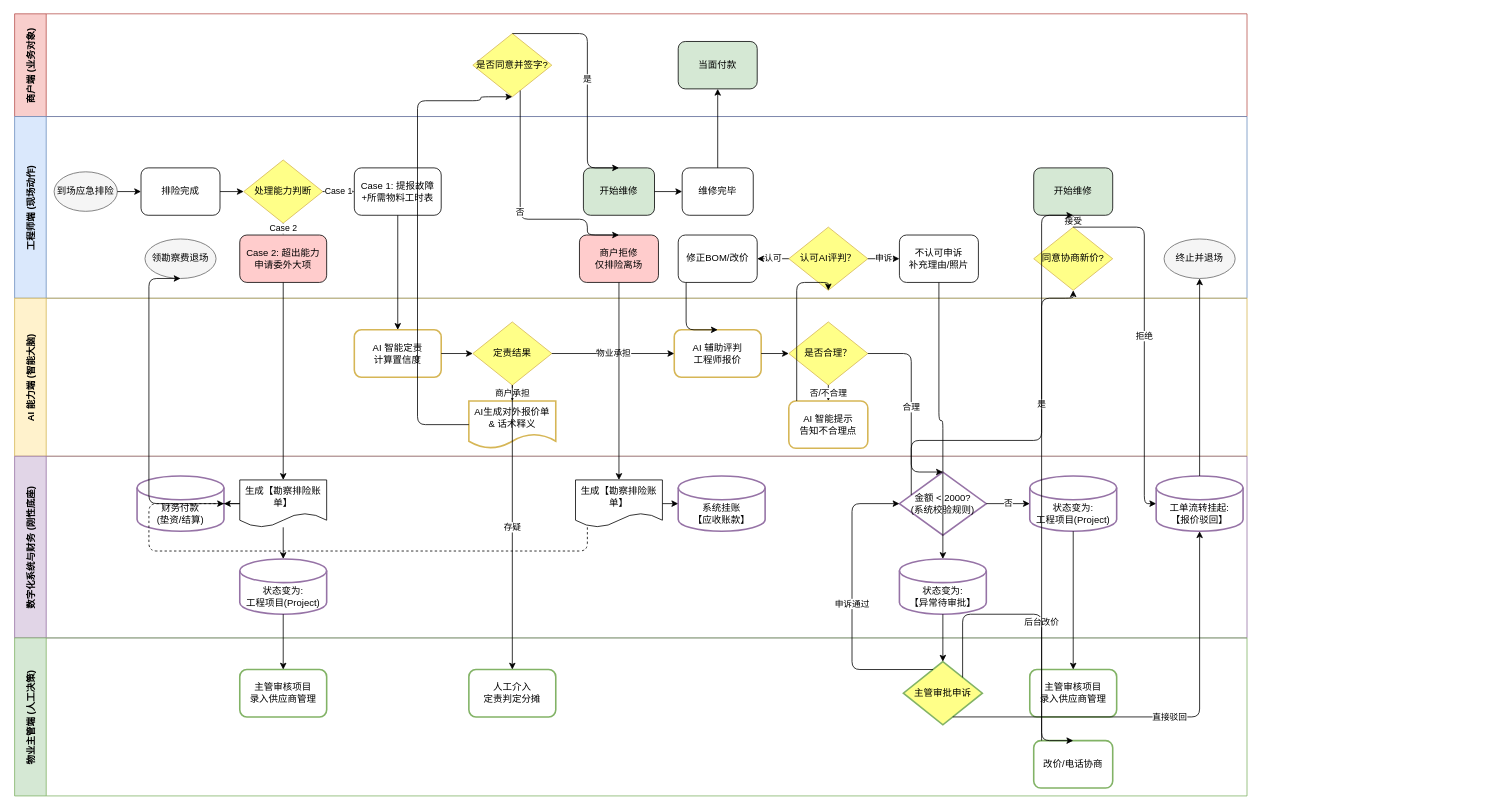
This is v3.drawio from raspberry5442/ticket-system-diagram-documentation, a draw.io file, before an edit. Source tidied: cells renumbered, new cells numbered last; positions are measured from the earlier drawing's top-left corner, leaving out a move shared by most shapes. Both pictures are drawn from the tidied source at 79%, with x=0, y=0 at pixel (14, 13).
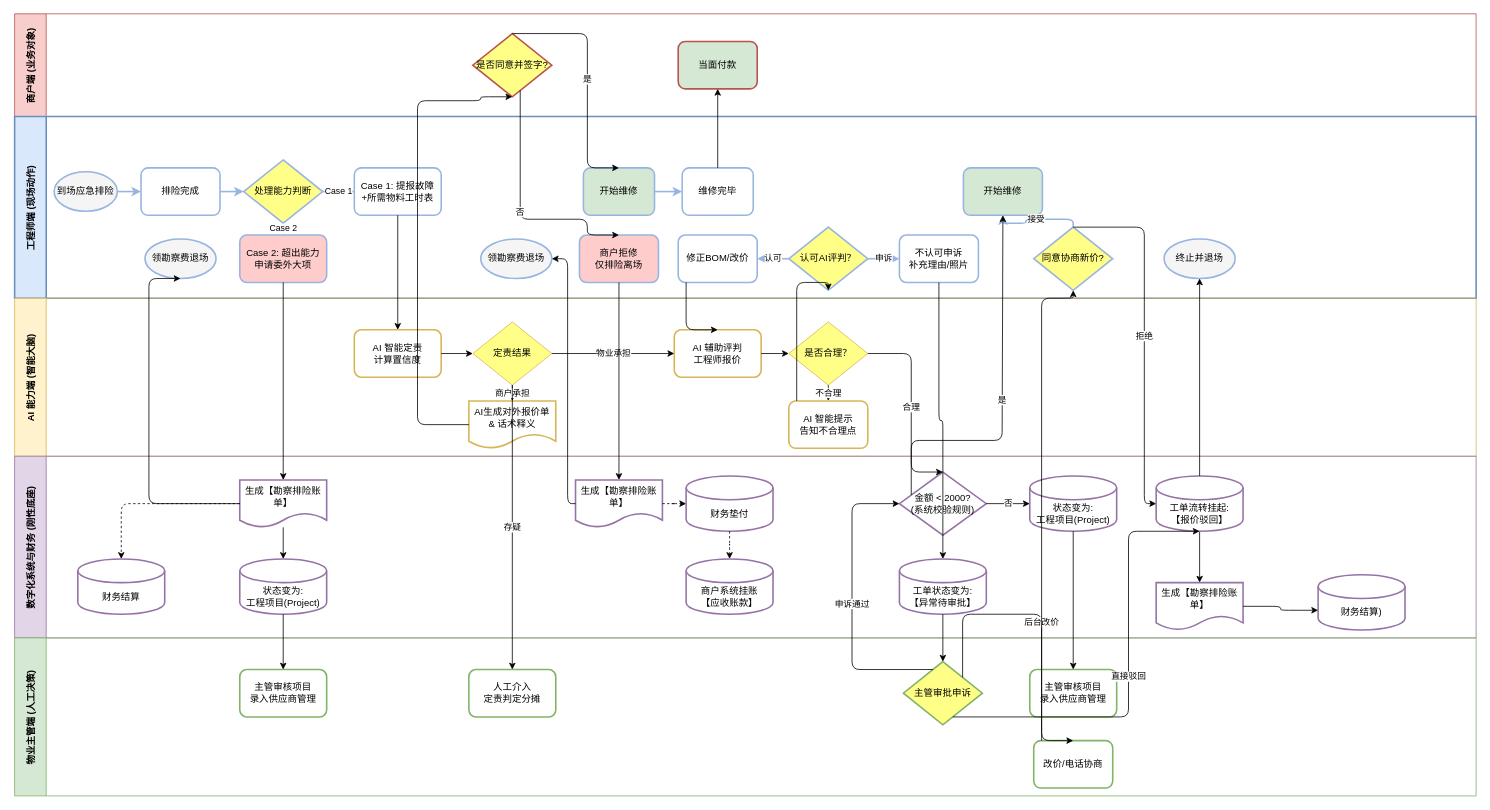
The same page after the edit.

The change refers to these unchanged cells:
```xml
<mxCell id="34" value="是否合理？" style="rhombus;whiteSpace=wrap;html=1;fillColor=#ffff88;strokeColor=#d6b656;" parent="29" vertex="1">
  <mxGeometry x="980" y="30" width="100" height="80" as="geometry" />
</mxCell>
<mxCell id="35" value="AI 智能提示&#10;告知不合理点" style="rounded=1;whiteSpace=wrap;html=1;fillColor=#ffffff;strokeColor=#d6b656;strokeWidth=2;" parent="29" vertex="1">
  <mxGeometry x="980" y="130" width="100" height="60" as="geometry" />
</mxCell>
<mxCell id="47" value="金额 &lt; 2000?&#10;(系统校验规则)" style="rhombus;whiteSpace=wrap;html=1;fillColor=#ffffff;strokeColor=#9673a6;strokeWidth=2;" parent="41" vertex="1">
  <mxGeometry x="1120" y="20" width="110" height="80" as="geometry" />
</mxCell>
<mxCell id="50" value="工单流转挂起:&#10;【报价驳回】" style="shape=cylinder3;whiteSpace=wrap;html=1;boundedLbl=1;backgroundOutline=1;size=15;fillColor=#ffffff;strokeColor=#9673a6;strokeWidth=2;" parent="41" vertex="1">
  <mxGeometry x="1445" y="25" width="110" height="70" as="geometry" />
</mxCell>
<mxCell id="59" value="主管审批申诉" style="rhombus;whiteSpace=wrap;html=1;fillColor=#ffff88;strokeColor=#82b366;strokeWidth=2;" parent="56" vertex="1">
  <mxGeometry x="1125" y="30" width="100" height="80" as="geometry" />
</mxCell>
```

What changed in the source:
```diff
@@
     <mxCell id="2" value="商户端 (业务对象)" style="swimlane;horizontal=0;startSize=40;fillColor=#f8cecc;strokeColor=#b85450;fontStyle=1;" parent="1" vertex="1">
-      <mxGeometry width="1560" height="130" as="geometry" />
+      <mxGeometry width="1850" height="130" as="geometry" />
     </mxCell>
-    <mxCell id="3" value="是否同意并签字?" style="rhombus;whiteSpace=wrap;html=1;fillColor=#ffff88;strokeColor=#d6b656;" parent="2" vertex="1">
+    <mxCell id="3" value="是否同意并签字?" style="rhombus;whiteSpace=wrap;html=1;fillColor=#ffff88;strokeColor=light-dark(#b85450, #6d5100);strokeWidth=2;" parent="2" vertex="1">
       <mxGeometry x="580" y="25" width="100" height="80" as="geometry" />
     </mxCell>
-    <mxCell id="4" value="当面付款" style="rounded=1;whiteSpace=wrap;html=1;fillColor=#d5e8d4;" parent="2" vertex="1">
+    <mxCell id="4" value="当面付款" style="rounded=1;whiteSpace=wrap;html=1;fillColor=#d5e8d4;strokeWidth=2;strokeColor=light-dark(#b85450, #6d5100);" parent="2" vertex="1">
       <mxGeometry x="840" y="35" width="100" height="60" as="geometry" />
     </mxCell>
-    <mxCell id="5" value="工程师端 (现场动作)" style="swimlane;horizontal=0;startSize=40;fillColor=#dae8fc;strokeColor=#6c8ebf;fontStyle=1;" parent="1" vertex="1">
-      <mxGeometry y="130" width="1560" height="230" as="geometry" />
+    <mxCell id="5" value="工程师端 (现场动作)" style="swimlane;horizontal=0;startSize=40;fillColor=#dae8fc;strokeColor=#6c8ebf;fontStyle=1;swimlaneFillColor=none;strokeWidth=2;" parent="1" vertex="1">
+      <mxGeometry y="130" width="1850" height="230" as="geometry" />
     </mxCell>
-    <mxCell id="6" value="到场应急排险" style="ellipse;whiteSpace=wrap;html=1;fillColor=#f5f5f5;strokeColor=#666666;" parent="5" vertex="1">
+    <mxCell id="6" value="到场应急排险" style="ellipse;whiteSpace=wrap;html=1;fillColor=#f5f5f5;strokeColor=light-dark(#98b4e1, #ededed);strokeWidth=2;" parent="5" vertex="1">
       <mxGeometry x="50" y="70" width="80" height="50" as="geometry" />
     </mxCell>
-    <mxCell id="7" value="排险完成" style="rounded=1;whiteSpace=wrap;html=1;fillColor=#ffffff;" parent="5" vertex="1">
+    <mxCell id="7" value="排险完成" style="rounded=1;whiteSpace=wrap;html=1;fillColor=#ffffff;strokeWidth=2;strokeColor=light-dark(#98b4e1, #ededed);" parent="5" vertex="1">
       <mxGeometry x="160" y="65" width="100" height="60" as="geometry" />
     </mxCell>
-    <mxCell id="8" value="处理能力判断" style="rhombus;whiteSpace=wrap;html=1;fillColor=#ffff88;strokeColor=#d6b656;" parent="5" vertex="1">
+    <mxCell id="8" value="处理能力判断" style="rhombus;whiteSpace=wrap;html=1;fillColor=#ffff88;strokeColor=light-dark(#98b4e1, #ededed);strokeWidth=2;" parent="5" vertex="1">
       <mxGeometry x="290" y="55" width="100" height="80" as="geometry" />
     </mxCell>
-    <mxCell id="9" value="Case 1: 提报故障&#10;+所需物料工时表" style="rounded=1;whiteSpace=wrap;html=1;" parent="5" vertex="1">
+    <mxCell id="9" value="Case 1: 提报故障&#10;+所需物料工时表" style="rounded=1;whiteSpace=wrap;html=1;strokeWidth=2;strokeColor=light-dark(#98b4e1, #ededed);" parent="5" vertex="1">
       <mxGeometry x="430" y="65" width="110" height="60" as="geometry" />
     </mxCell>
-    <mxCell id="10" value="Case 2: 超出能力&#10;申请委外大项" style="rounded=1;whiteSpace=wrap;html=1;fillColor=#ffcccc;" parent="5" vertex="1">
+    <mxCell id="10" value="Case 2: 超出能力&#10;申请委外大项" style="rounded=1;whiteSpace=wrap;html=1;fillColor=#ffcccc;strokeWidth=2;strokeColor=light-dark(#98b4e1, #ededed);" parent="5" vertex="1">
       <mxGeometry x="285" y="150" width="110" height="60" as="geometry" />
     </mxCell>
-    <mxCell id="11" value="领勘察费退场" style="ellipse;whiteSpace=wrap;html=1;fillColor=#f5f5f5;strokeColor=#666666;" parent="5" vertex="1">
+    <mxCell id="11" value="领勘察费退场" style="ellipse;whiteSpace=wrap;html=1;fillColor=#f5f5f5;strokeColor=light-dark(#98b4e1, #ededed);strokeWidth=2;" parent="5" vertex="1">
       <mxGeometry x="165" y="155" width="90" height="50" as="geometry" />
     </mxCell>
-    <mxCell id="12" value="开始维修" style="rounded=1;whiteSpace=wrap;html=1;fillColor=#d5e8d4;" parent="5" vertex="1">
+    <mxCell id="12" value="开始维修" style="rounded=1;whiteSpace=wrap;html=1;fillColor=#d5e8d4;strokeWidth=2;strokeColor=light-dark(#98b4e1, #ededed);" parent="5" vertex="1">
       <mxGeometry x="720" y="65" width="90" height="60" as="geometry" />
     </mxCell>
-    <mxCell id="13" value="维修完毕" style="rounded=1;whiteSpace=wrap;html=1;" parent="5" vertex="1">
+    <mxCell id="13" value="维修完毕" style="rounded=1;whiteSpace=wrap;html=1;strokeWidth=2;strokeColor=light-dark(#98b4e1, #ededed);" parent="5" vertex="1">
       <mxGeometry x="845" y="65" width="90" height="60" as="geometry" />
     </mxCell>
-    <mxCell id="14" value="商户拒修&#10;仅排险离场" style="rounded=1;whiteSpace=wrap;html=1;fillColor=#ffcccc;" parent="5" vertex="1">
+    <mxCell id="14" value="商户拒修&#10;仅排险离场" style="rounded=1;whiteSpace=wrap;html=1;fillColor=#ffcccc;strokeWidth=2;strokeColor=light-dark(#98b4e1, #ededed);" parent="5" vertex="1">
       <mxGeometry x="715" y="150" width="100" height="60" as="geometry" />
     </mxCell>
-    <mxCell id="15" value="修正BOM/改价" style="rounded=1;whiteSpace=wrap;html=1;" parent="5" vertex="1">
+    <mxCell id="15" value="修正BOM/改价" style="rounded=1;whiteSpace=wrap;html=1;strokeWidth=2;strokeColor=light-dark(#98b4e1, #ededed);" parent="5" vertex="1">
       <mxGeometry x="840" y="150" width="100" height="60" as="geometry" />
     </mxCell>
-    <mxCell id="16" value="认可AI评判？" style="rhombus;whiteSpace=wrap;html=1;fillColor=#ffff88;strokeColor=#d6b656;" parent="5" vertex="1">
+    <mxCell id="16" value="认可AI评判？" style="rhombus;whiteSpace=wrap;html=1;fillColor=#ffff88;strokeColor=light-dark(#98b4e1, #ededed);strokeWidth=2;" parent="5" vertex="1">
       <mxGeometry x="980" y="140" width="100" height="80" as="geometry" />
     </mxCell>
-    <mxCell id="17" value="不认可申诉&#10;补充理由/照片" style="rounded=1;whiteSpace=wrap;html=1;" parent="5" vertex="1">
+    <mxCell id="17" value="不认可申诉&#10;补充理由/照片" style="rounded=1;whiteSpace=wrap;html=1;strokeWidth=2;strokeColor=light-dark(#98b4e1, #ededed);" parent="5" vertex="1">
       <mxGeometry x="1120" y="150" width="100" height="60" as="geometry" />
     </mxCell>
-    <mxCell id="18" value="开始维修" style="rounded=1;whiteSpace=wrap;html=1;fillColor=#d5e8d4;" parent="5" vertex="1">
-      <mxGeometry x="1290" y="65" width="100" height="60" as="geometry" />
+    <mxCell id="18" value="开始维修" style="rounded=1;whiteSpace=wrap;html=1;fillColor=#d5e8d4;strokeWidth=2;strokeColor=light-dark(#98b4e1, #ededed);" parent="5" vertex="1">
+      <mxGeometry x="1201" y="65" width="100" height="60" as="geometry" />
     </mxCell>
-    <mxCell id="19" value="同意协商新价?" style="rhombus;whiteSpace=wrap;html=1;fillColor=#ffff88;strokeColor=#d6b656;" parent="5" vertex="1">
+    <mxCell id="19" value="同意协商新价?" style="rhombus;whiteSpace=wrap;html=1;fillColor=#ffff88;strokeColor=light-dark(#98b4e1, #ededed);strokeWidth=2;" parent="5" vertex="1">
       <mxGeometry x="1290" y="140" width="100" height="80" as="geometry" />
     </mxCell>
-    <mxCell id="20" value="终止并退场" style="ellipse;whiteSpace=wrap;html=1;fillColor=#f5f5f5;strokeColor=#666666;" parent="5" vertex="1">
+    <mxCell id="20" value="终止并退场" style="ellipse;whiteSpace=wrap;html=1;fillColor=#f5f5f5;strokeColor=light-dark(#98b4e1, #ededed);strokeWidth=2;" parent="5" vertex="1">
       <mxGeometry x="1455" y="155" width="90" height="50" as="geometry" />
     </mxCell>
-    <mxCell id="21" style="edgeStyle=orthogonalEdgeStyle;rounded=1;html=1;entryX=0;entryY=0.5;" parent="5" edge="1" source="6" target="7">
+    <mxCell id="21" style="edgeStyle=orthogonalEdgeStyle;rounded=1;html=1;entryX=0;entryY=0.5;strokeWidth=2;strokeColor=light-dark(#98b4e1, #ededed);" parent="5" edge="1" source="6" target="7">
       <mxGeometry relative="1" as="geometry" />
     </mxCell>
-    <mxCell id="22" style="edgeStyle=orthogonalEdgeStyle;rounded=1;html=1;" parent="5" edge="1" source="7" target="8">
+    <mxCell id="22" style="edgeStyle=orthogonalEdgeStyle;rounded=1;html=1;strokeWidth=2;strokeColor=light-dark(#98b4e1, #ededed);" parent="5" edge="1" source="7" target="8">
       <mxGeometry relative="1" as="geometry" />
     </mxCell>
-    <mxCell id="23" value="Case 2" style="edgeStyle=orthogonalEdgeStyle;rounded=1;html=1;entryX=0.5;entryY=0;" parent="5" edge="1" source="8" target="10">
+    <mxCell id="23" value="Case 2" style="edgeStyle=orthogonalEdgeStyle;rounded=1;html=1;entryX=0.5;entryY=0;strokeWidth=2;strokeColor=light-dark(#98b4e1, #ededed);" parent="5" edge="1" source="8" target="10">
       <mxGeometry relative="1" as="geometry" />
     </mxCell>
-    <mxCell id="24" value="Case 1" style="edgeStyle=orthogonalEdgeStyle;rounded=1;html=1;entryX=0;entryY=0.5;" parent="5" edge="1" source="8" target="9">
+    <mxCell id="24" value="Case 1" style="edgeStyle=orthogonalEdgeStyle;rounded=1;html=1;entryX=0;entryY=0.5;strokeWidth=2;strokeColor=light-dark(#98b4e1, #ededed);" parent="5" edge="1" source="8" target="9">
       <mxGeometry relative="1" as="geometry" />
     </mxCell>
-    <mxCell id="25" style="edgeStyle=orthogonalEdgeStyle;rounded=1;html=1;entryX=0;entryY=0.5;" parent="5" edge="1" source="12" target="13">
+    <mxCell id="25" style="edgeStyle=orthogonalEdgeStyle;rounded=1;html=1;entryX=0;entryY=0.5;strokeWidth=2;strokeColor=light-dark(#98b4e1, #ededed);" parent="5" edge="1" source="12" target="13">
       <mxGeometry relative="1" as="geometry" />
     </mxCell>
-    <mxCell id="26" value="认可" style="edgeStyle=orthogonalEdgeStyle;rounded=1;html=1;entryX=1;entryY=0.5;" parent="5" edge="1" source="16" target="15">
+    <mxCell id="26" value="认可" style="edgeStyle=orthogonalEdgeStyle;rounded=1;html=1;entryX=1;entryY=0.5;strokeWidth=2;strokeColor=light-dark(#98b4e1, #ededed);" parent="5" edge="1" source="16" target="15">
       <mxGeometry relative="1" as="geometry" />
     </mxCell>
-    <mxCell id="27" value="申诉" style="edgeStyle=orthogonalEdgeStyle;rounded=1;html=1;entryX=0;entryY=0.5;" parent="5" edge="1" source="16" target="17">
+    <mxCell id="27" value="申诉" style="edgeStyle=orthogonalEdgeStyle;rounded=1;html=1;entryX=0;entryY=0.5;strokeWidth=2;strokeColor=light-dark(#98b4e1, #ededed);" parent="5" edge="1" source="16" target="17">
       <mxGeometry relative="1" as="geometry" />
     </mxCell>
-    <mxCell id="28" value="接受" style="edgeStyle=orthogonalEdgeStyle;rounded=1;html=1;entryX=0.5;entryY=1;" parent="5" edge="1" source="19" target="18">
+    <mxCell id="28" value="接受" style="edgeStyle=orthogonalEdgeStyle;rounded=1;html=1;entryX=0.5;entryY=1;strokeWidth=2;strokeColor=light-dark(#98b4e1, #ededed);" parent="5" edge="1" source="19" target="18">
       <mxGeometry relative="1" as="geometry" />
     </mxCell>
+    <mxCell id="85" value="领勘察费退场" style="ellipse;whiteSpace=wrap;html=1;fillColor=#f5f5f5;strokeColor=light-dark(#98b4e1, #ededed);strokeWidth=2;" parent="5" vertex="1">
+      <mxGeometry x="590" y="155" width="90" height="50" as="geometry" />
+    </mxCell>
     <mxCell id="29" value="AI 能力端 (智能大脑)" style="swimlane;horizontal=0;startSize=40;fillColor=#fff2cc;strokeColor=#d6b656;fontStyle=1;" parent="1" vertex="1">
-      <mxGeometry y="360" width="1560" height="200" as="geometry" />
+      <mxGeometry y="360" width="1850" height="200" as="geometry" />
     </mxCell>
@@
-    <mxCell id="40" value="否/不合理" style="edgeStyle=orthogonalEdgeStyle;rounded=1;html=1;entryX=0.5;entryY=0;" parent="29" edge="1" source="34" target="35">
+    <mxCell id="40" value="&lt;div&gt;&lt;span style=&quot;background-color: light-dark(#ffffff, var(--ge-dark-color, #121212)); color: light-dark(rgb(0, 0, 0), rgb(255, 255, 255));&quot;&gt;不合理&lt;/span&gt;&lt;/div&gt;" style="edgeStyle=orthogonalEdgeStyle;rounded=1;html=1;entryX=0.5;entryY=0;" parent="29" edge="1" source="34" target="35">
       <mxGeometry relative="1" as="geometry" />
     </mxCell>
     <mxCell id="41" value="数字化系统与财务 (刚性底座)" style="swimlane;horizontal=0;startSize=40;fillColor=#e1d5e7;strokeColor=#9673a6;fontStyle=1;" parent="1" vertex="1">
-      <mxGeometry y="560" width="1560" height="230" as="geometry" />
+      <mxGeometry y="560" width="1850" height="230" as="geometry" />
     </mxCell>
-    <mxCell id="42" value="生成【勘察排险账单】" style="shape=document;whiteSpace=wrap;html=1;boundedLbl=1;" parent="41" vertex="1">
+    <mxCell id="42" value="生成【勘察排险账单】" style="shape=document;whiteSpace=wrap;html=1;boundedLbl=1;strokeWidth=2;strokeColor=#9673A6;" parent="41" vertex="1">
       <mxGeometry x="285" y="30" width="110" height="60" as="geometry" />
     </mxCell>
-    <mxCell id="43" value="财务付款&#10;(垫资/结算)" style="shape=cylinder3;whiteSpace=wrap;html=1;boundedLbl=1;backgroundOutline=1;size=15;fillColor=#ffffff;strokeColor=#9673a6;strokeWidth=2;" parent="41" vertex="1">
-      <mxGeometry x="155" y="25" width="110" height="70" as="geometry" />
+    <mxCell id="43" value="财务结算" style="shape=cylinder3;whiteSpace=wrap;html=1;boundedLbl=1;backgroundOutline=1;size=15;fillColor=#ffffff;strokeColor=#9673a6;strokeWidth=2;" parent="41" vertex="1">
+      <mxGeometry x="80" y="130" width="110" height="70" as="geometry" />
     </mxCell>
@@
-    <mxCell id="45" value="生成【勘察排险账单】" style="shape=document;whiteSpace=wrap;html=1;boundedLbl=1;" parent="41" vertex="1">
+    <mxCell id="45" value="生成【勘察排险账单】" style="shape=document;whiteSpace=wrap;html=1;boundedLbl=1;strokeWidth=2;strokeColor=#9673A6;" parent="41" vertex="1">
       <mxGeometry x="710" y="30" width="110" height="60" as="geometry" />
     </mxCell>
-    <mxCell id="46" value="系统挂账&#10;【应收账款】" style="shape=cylinder3;whiteSpace=wrap;html=1;boundedLbl=1;backgroundOutline=1;size=15;fillColor=#ffffff;strokeColor=#9673a6;strokeWidth=2;" parent="41" vertex="1">
-      <mxGeometry x="840" y="25" width="110" height="70" as="geometry" />
+    <mxCell id="46" value="商户系统挂账&lt;br&gt;【应收账款】" style="shape=cylinder3;whiteSpace=wrap;html=1;boundedLbl=1;backgroundOutline=1;size=15;fillColor=#ffffff;strokeColor=#9673a6;strokeWidth=2;" parent="41" vertex="1">
+      <mxGeometry x="850" y="130" width="110" height="70" as="geometry" />
     </mxCell>
@@
-    <mxCell id="49" value="状态变为:&#10;【异常待审批】" style="shape=cylinder3;whiteSpace=wrap;html=1;boundedLbl=1;backgroundOutline=1;size=15;fillColor=#ffffff;strokeColor=#9673a6;strokeWidth=2;" parent="41" vertex="1">
+    <mxCell id="49" value="工单状态变为:&lt;br&gt;【异常待审批】" style="shape=cylinder3;whiteSpace=wrap;html=1;boundedLbl=1;backgroundOutline=1;size=15;fillColor=#ffffff;strokeColor=#9673a6;strokeWidth=2;" parent="41" vertex="1">
       <mxGeometry x="1120" y="130" width="110" height="70" as="geometry" />
     </mxCell>
+    <mxCell id="86" style="edgeStyle=orthogonalEdgeStyle;rounded=1;jettySize=auto;html=1;entryX=0.5;entryY=0;entryDx=0;entryDy=0;curved=0;" parent="41" edge="1" source="50" target="87">
+      <mxGeometry relative="1" as="geometry" />
+    </mxCell>
@@
-    <mxCell id="51" style="edgeStyle=orthogonalEdgeStyle;rounded=1;html=1;" parent="41" edge="1" source="42" target="43">
+    <mxCell id="51" style="edgeStyle=orthogonalEdgeStyle;rounded=1;html=1;dashed=1;" parent="41" edge="1" source="42" target="43">
       <mxGeometry relative="1" as="geometry" />
     </mxCell>
@@
-    <mxCell id="53" style="edgeStyle=orthogonalEdgeStyle;rounded=1;html=1;entryX=0;entryY=0.5;" parent="41" edge="1" source="45" target="46">
-      <mxGeometry relative="1" as="geometry" />
-    </mxCell>
-    <mxCell id="54" style="edgeStyle=orthogonalEdgeStyle;rounded=1;html=1;entryX=1;entryY=0.5;dashed=1;" parent="41" edge="1" source="45" target="43">
-      <mxGeometry relative="1" as="geometry">
-        <Array as="points">
-          <mxPoint x="725" y="120" />
-          <mxPoint x="170" y="120" />
-        </Array>
-      </mxGeometry>
-    </mxCell>
@@
+    <mxCell id="87" value="生成【勘察排险账单】" style="shape=document;whiteSpace=wrap;html=1;boundedLbl=1;strokeColor=#9673A6;strokeWidth=2;" parent="41" vertex="1">
+      <mxGeometry x="1445" y="160" width="110" height="60" as="geometry" />
+    </mxCell>
+    <mxCell id="88" value="财务结算)" style="shape=cylinder3;whiteSpace=wrap;html=1;boundedLbl=1;backgroundOutline=1;size=15;fillColor=#ffffff;strokeColor=#9673a6;strokeWidth=2;" parent="41" vertex="1">
+      <mxGeometry x="1650" y="150" width="110" height="70" as="geometry" />
+    </mxCell>
+    <mxCell id="89" style="edgeStyle=orthogonalEdgeStyle;rounded=1;jettySize=auto;html=1;entryX=0;entryY=0;entryDx=0;entryDy=45;entryPerimeter=0;curved=0;" parent="41" edge="1" source="87" target="88">
+      <mxGeometry relative="1" as="geometry" />
+    </mxCell>
+    <mxCell id="90" value="财务垫付" style="shape=cylinder3;whiteSpace=wrap;html=1;boundedLbl=1;backgroundOutline=1;size=15;fillColor=#ffffff;strokeColor=#9673a6;strokeWidth=2;" parent="41" vertex="1">
+      <mxGeometry x="850" y="25" width="110" height="70" as="geometry" />
+    </mxCell>
+    <mxCell id="91" style="edgeStyle=orthogonalEdgeStyle;rounded=1;jettySize=auto;html=1;entryX=0;entryY=0.5;entryDx=0;entryDy=0;entryPerimeter=0;curved=0;dashed=1;" parent="41" edge="1" source="45" target="90">
+      <mxGeometry relative="1" as="geometry" />
+    </mxCell>
+    <mxCell id="92" style="edgeStyle=orthogonalEdgeStyle;rounded=1;jettySize=auto;html=1;entryX=0.5;entryY=0;entryDx=0;entryDy=0;entryPerimeter=0;curved=0;dashed=1;" parent="41" edge="1" source="90" target="46">
+      <mxGeometry relative="1" as="geometry" />
+    </mxCell>
     <mxCell id="56" value="物业主管端 (人工决策)" style="swimlane;horizontal=0;startSize=40;fillColor=#d5e8d4;strokeColor=#82b366;fontStyle=1;" parent="1" vertex="1">
-      <mxGeometry y="790" width="1560" height="200" as="geometry" />
+      <mxGeometry y="790" width="1850" height="200" as="geometry" />
     </mxCell>
@@
     <mxCell id="74" value="是" style="edgeStyle=orthogonalEdgeStyle;rounded=1;html=1;entryX=0.5;entryY=1;" parent="1" edge="1" source="47" target="18">
       <mxGeometry relative="1" as="geometry">
         <Array as="points">
           <mxPoint x="1135" y="540" />
-          <mxPoint x="1300" y="540" />
+          <mxPoint x="1250" y="540" />
+          <mxPoint x="1250" y="255" />
         </Array>
       </mxGeometry>
     </mxCell>
@@
     <mxCell id="81" value="直接驳回" style="edgeStyle=orthogonalEdgeStyle;rounded=1;html=1;entryX=0.5;entryY=1;" parent="1" edge="1" source="59" target="50">
       <mxGeometry relative="1" as="geometry">
         <Array as="points">
-          <mxPoint x="1135" y="890" />
-          <mxPoint x="1460" y="890" />
+          <mxPoint x="1410" y="890" />
+          <mxPoint x="1410" y="655" />
         </Array>
       </mxGeometry>
     </mxCell>
@@
+    <mxCell id="93" style="edgeStyle=orthogonalEdgeStyle;rounded=1;jettySize=auto;html=1;entryX=1;entryY=0.5;entryDx=0;entryDy=0;curved=0;" parent="1" edge="1" source="45" target="85">
+      <mxGeometry relative="1" as="geometry">
+        <Array as="points">
+          <mxPoint x="700" y="620" />
+          <mxPoint x="700" y="310" />
+        </Array>
+      </mxGeometry>
+    </mxCell>
```
